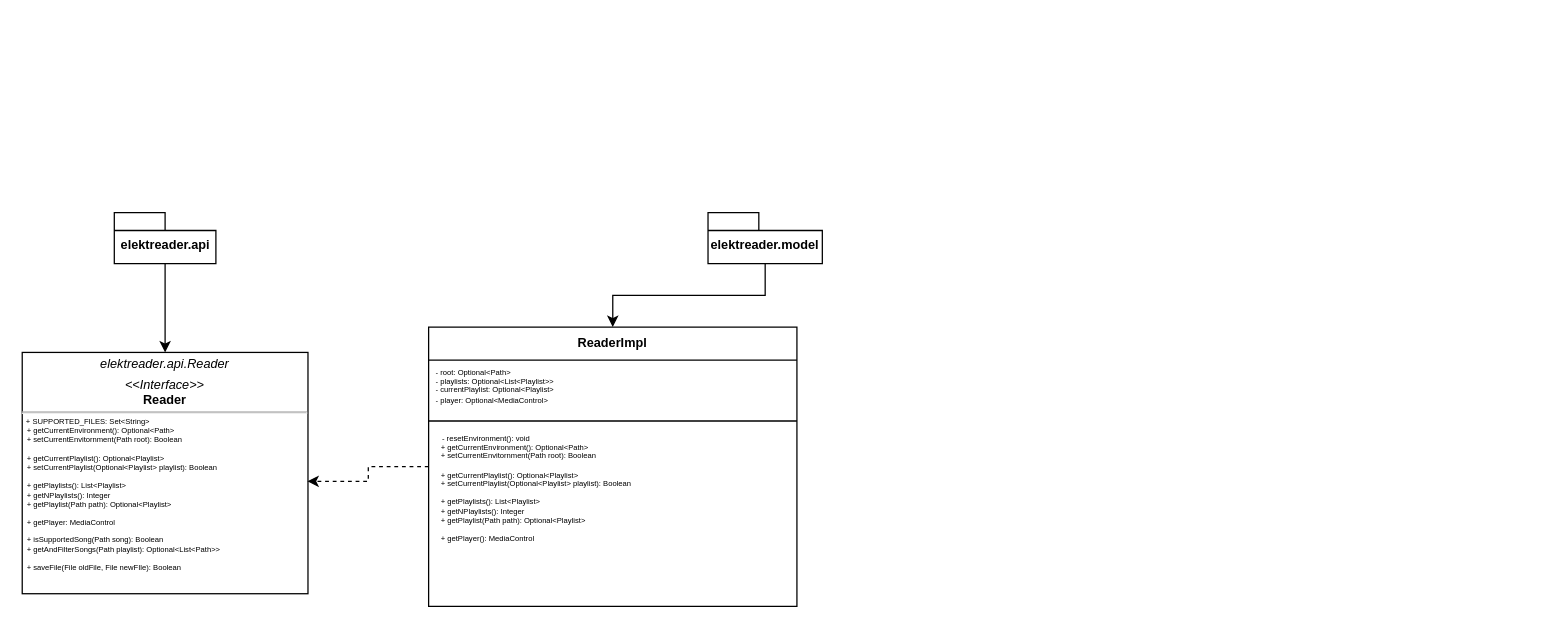
Above: UMLDiagram.drawio in pallax03/OOP23-ElektReader (draw.io), before the change. Source tidied: cells renumbered, new cells numbered last; positions are measured from the earlier drawing's top-left corner, leaving out a move shared by most shapes. Both pictures are drawn from the tidied source at 127%, with x=0, y=0 at pixel (22, 212).
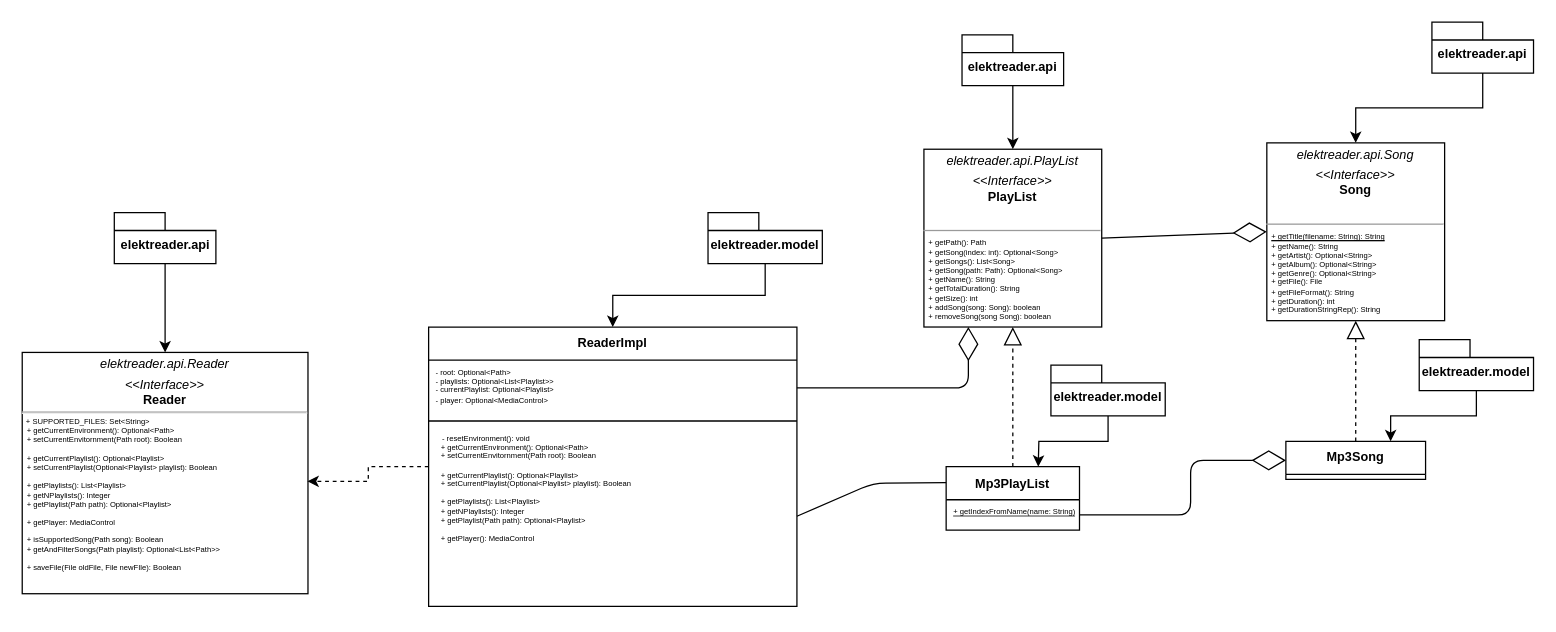
The same page after the edit.

Commit message (it also covers changes not shown here):
fixing filename parsing bug

The change refers to these unchanged cells:
```xml
<mxCell id="8" value="- root: Optional&amp;lt;Path&amp;gt;&lt;br style=&quot;font-size: 6px;&quot;&gt;- playlists: Optional&amp;lt;List&amp;lt;Playlist&amp;gt;&amp;gt;&lt;br style=&quot;font-size: 6px;&quot;&gt;- currentPlaylist: Optional&amp;lt;Playlist&amp;gt;&lt;br style=&quot;font-size: 6px;&quot;&gt;- player: Optional&amp;lt;MediaControl&amp;gt;" style="text;strokeColor=none;fillColor=none;align=left;verticalAlign=top;spacingLeft=4;spacingRight=4;overflow=hidden;points=[[0,0.5],[1,0.5]];portConstraint=eastwest;whiteSpace=wrap;html=1;fontSize=6;" parent="7" vertex="1">
  <mxGeometry y="26" width="290" height="44" as="geometry" />
</mxCell>
<mxCell id="10" value="&amp;nbsp; &amp;nbsp;- resetEnvironment(): void&lt;br style=&quot;font-size: 6px;&quot;&gt;&lt;p style=&quot;border-color: var(--border-color); font-size: 6px; margin: 0px 0px 0px 4px;&quot;&gt;+ getCurrentEnvironment(): Optional&amp;lt;Path&amp;gt;&lt;br style=&quot;border-color: var(--border-color); font-size: 6px;&quot;&gt;&lt;/p&gt;&lt;p style=&quot;border-color: var(--border-color); font-size: 6px; margin: 0px 0px 0px 4px;&quot;&gt;+ setCurrentEnvitornment(Path root): Boolean&lt;/p&gt;&lt;p style=&quot;border-color: var(--border-color); font-size: 6px; margin: 0px 0px 0px 4px;&quot;&gt;&lt;br style=&quot;border-color: var(--border-color); font-size: 6px;&quot;&gt;&lt;/p&gt;&lt;p style=&quot;border-color: var(--border-color); font-size: 6px; margin: 0px 0px 0px 4px;&quot;&gt;+ getCurrentPlaylist(): Optional&amp;lt;Playlist&amp;gt;&lt;span style=&quot;border-color: var(--border-color); background-color: initial; font-size: 6px;&quot;&gt;&lt;br style=&quot;border-color: var(--border-color); font-size: 6px;&quot;&gt;&lt;/span&gt;&lt;/p&gt;&lt;p style=&quot;border-color: var(--border-color); font-size: 6px; margin: 0px 0px 0px 4px;&quot;&gt;&lt;span style=&quot;border-color: var(--border-color); background-color: initial; font-size: 6px;&quot;&gt;+ setCurrentPlaylist(Optional&amp;lt;Playlist&amp;gt; playlist): Boolean&lt;/span&gt;&lt;/p&gt;&lt;p style=&quot;border-color: var(--border-color); font-size: 6px; margin: 0px 0px 0px 4px;&quot;&gt;&lt;br style=&quot;border-color: var(--border-color); font-size: 6px;&quot;&gt;&lt;/p&gt;&lt;p style=&quot;border-color: var(--border-color); font-size: 6px; margin: 0px 0px 0px 4px;&quot;&gt;+ getPlaylists(): List&amp;lt;Playlist&amp;gt;&lt;span style=&quot;border-color: var(--border-color); background-color: initial; font-size: 6px;&quot;&gt;&lt;br style=&quot;border-color: var(--border-color); font-size: 6px;&quot;&gt;&lt;/span&gt;&lt;/p&gt;&lt;p style=&quot;border-color: var(--border-color); font-size: 6px; margin: 0px 0px 0px 4px;&quot;&gt;+ getNPlaylists(): Integer&lt;/p&gt;&lt;p style=&quot;border-color: var(--border-color); font-size: 6px; margin: 0px 0px 0px 4px;&quot;&gt;+ getPlaylist(Path path): Optional&amp;lt;Playlist&amp;gt;&lt;/p&gt;&lt;p style=&quot;border-color: var(--border-color); font-size: 6px; margin: 0px 0px 0px 4px;&quot;&gt;&lt;br style=&quot;border-color: var(--border-color); font-size: 6px;&quot;&gt;&lt;/p&gt;&lt;p style=&quot;border-color: var(--border-color); font-size: 6px; margin: 0px 0px 0px 4px;&quot;&gt;+ getPlayer(): MediaControl&lt;br&gt;&lt;/p&gt;" style="text;strokeColor=none;fillColor=none;align=left;verticalAlign=top;spacingLeft=4;spacingRight=4;overflow=hidden;points=[[0,0.5],[1,0.5]];portConstraint=eastwest;whiteSpace=wrap;html=1;fontSize=6;" parent="7" vertex="1">
  <mxGeometry y="78" width="290" height="142" as="geometry" />
</mxCell>
```

What changed in the source:
```diff
@@
+    <mxCell id="12" value="&lt;p style=&quot;margin: 4px 0px 0px; text-align: center; font-size: 10px;&quot;&gt;&lt;i style=&quot;&quot;&gt;&lt;font style=&quot;font-size: 10px;&quot;&gt;elektreader.api.PlayList&lt;/font&gt;&lt;/i&gt;&lt;/p&gt;&lt;p style=&quot;margin: 4px 0px 0px; text-align: center; font-size: 10px;&quot;&gt;&lt;font style=&quot;font-size: 10px;&quot;&gt;&lt;i style=&quot;&quot;&gt;&amp;lt;&amp;lt;Interface&amp;gt;&amp;gt;&lt;/i&gt;&lt;br&gt;&lt;b style=&quot;&quot;&gt;PlayList&lt;/b&gt;&lt;/font&gt;&lt;/p&gt;&lt;p style=&quot;margin:0px;margin-left:4px;&quot;&gt;&lt;br&gt;&lt;/p&gt;&lt;hr size=&quot;1&quot;&gt;&lt;p style=&quot;margin: 0px 0px 0px 4px; font-size: 6px;&quot;&gt;&lt;font style=&quot;font-size: 6px;&quot;&gt;+ getPath(): Path&lt;/font&gt;&lt;/p&gt;&lt;p style=&quot;margin: 0px 0px 0px 4px; font-size: 6px;&quot;&gt;&lt;font style=&quot;font-size: 6px;&quot;&gt;+ getSong(index: int): Optional&amp;lt;Song&amp;gt;&lt;/font&gt;&lt;/p&gt;&lt;p style=&quot;margin: 0px 0px 0px 4px; font-size: 6px;&quot;&gt;&lt;font style=&quot;font-size: 6px;&quot;&gt;+ getSongs(): List&amp;lt;Song&amp;gt;&lt;/font&gt;&lt;/p&gt;&lt;p style=&quot;margin: 0px 0px 0px 4px; font-size: 6px;&quot;&gt;&lt;font style=&quot;font-size: 6px;&quot;&gt;+ getSong(path: Path): Optional&amp;lt;Song&amp;gt;&lt;/font&gt;&lt;/p&gt;&lt;p style=&quot;margin: 0px 0px 0px 4px; font-size: 6px;&quot;&gt;&lt;font style=&quot;font-size: 6px;&quot;&gt;+ getName(): String&lt;/font&gt;&lt;/p&gt;&lt;p style=&quot;margin: 0px 0px 0px 4px; font-size: 6px;&quot;&gt;&lt;font style=&quot;font-size: 6px;&quot;&gt;+ getTotalDuration(): String&lt;/font&gt;&lt;/p&gt;&lt;p style=&quot;margin: 0px 0px 0px 4px; font-size: 6px;&quot;&gt;&lt;font style=&quot;font-size: 6px;&quot;&gt;+ getSize(): int&lt;/font&gt;&lt;/p&gt;&lt;p style=&quot;margin: 0px 0px 0px 4px; font-size: 6px;&quot;&gt;&lt;font style=&quot;font-size: 6px;&quot;&gt;+ addSong(song: Song): boolean&lt;/font&gt;&lt;/p&gt;&lt;p style=&quot;margin: 0px 0px 0px 4px; font-size: 6px;&quot;&gt;&lt;font style=&quot;font-size: 6px;&quot;&gt;+ removeSong(song Song): boolean&lt;/font&gt;&lt;/p&gt;" style="verticalAlign=top;align=left;overflow=fill;fontSize=12;fontFamily=Helvetica;html=1;" parent="1" vertex="1">
+      <mxGeometry x="710" y="-50" width="140" height="140" as="geometry" />
+    </mxCell>
+    <mxCell id="13" style="edgeStyle=orthogonalEdgeStyle;rounded=0;jettySize=auto;html=1;exitX=0.5;exitY=1;exitDx=0;exitDy=0;exitPerimeter=0;entryX=0.5;entryY=0;entryDx=0;entryDy=0;" parent="1" edge="1" source="14" target="12">
+      <mxGeometry relative="1" as="geometry" />
+    </mxCell>
+    <mxCell id="14" value="elektreader.api" style="shape=folder;fontStyle=1;spacingTop=10;tabWidth=40;tabHeight=14;tabPosition=left;html=1;whiteSpace=wrap;fontSize=10;" parent="1" vertex="1">
+      <mxGeometry x="740" y="-140" width="80" height="40" as="geometry" />
+    </mxCell>
+    <mxCell id="15" style="endArrow=diamondThin;endFill=0;endSize=24;html=1;entryX=0.25;entryY=1;entryDx=0;entryDy=0;exitX=1;exitY=0.5;exitDx=0;exitDy=0;" parent="1" edge="1" source="8" target="12">
+      <mxGeometry relative="1" as="geometry">
+        <Array as="points">
+          <mxPoint x="745" y="138" />
+        </Array>
+      </mxGeometry>
+    </mxCell>
+    <mxCell id="16" style="endArrow=diamondThin;endFill=0;endSize=24;html=1;entryX=0;entryY=0.5;entryDx=0;entryDy=0;exitX=1;exitY=0.5;exitDx=0;exitDy=0;" parent="1" edge="1" source="12" target="17">
+      <mxGeometry relative="1" as="geometry" />
+    </mxCell>
+    <mxCell id="17" value="&lt;p style=&quot;margin: 4px 0px 0px; text-align: center; font-size: 10px;&quot;&gt;&lt;i style=&quot;&quot;&gt;&lt;font style=&quot;font-size: 10px;&quot;&gt;elektreader.api.Song&lt;/font&gt;&lt;/i&gt;&lt;/p&gt;&lt;p style=&quot;margin: 4px 0px 0px; text-align: center; font-size: 10px;&quot;&gt;&lt;font style=&quot;font-size: 10px;&quot;&gt;&lt;i style=&quot;&quot;&gt;&amp;lt;&amp;lt;Interface&amp;gt;&amp;gt;&lt;/i&gt;&lt;br&gt;&lt;b&gt;Song&lt;/b&gt;&lt;/font&gt;&lt;/p&gt;&lt;p style=&quot;margin:0px;margin-left:4px;&quot;&gt;&lt;br&gt;&lt;/p&gt;&lt;hr size=&quot;1&quot;&gt;&lt;p style=&quot;margin: 0px 0px 0px 4px; font-size: 6px;&quot;&gt;&lt;font style=&quot;font-size: 6px;&quot;&gt;&lt;u&gt;+ getTitle(filename: String): String&lt;/u&gt;&lt;/font&gt;&lt;/p&gt;&lt;p style=&quot;margin: 0px 0px 0px 4px; font-size: 6px;&quot;&gt;&lt;font style=&quot;font-size: 6px;&quot;&gt;+ getName(): String&lt;/font&gt;&lt;/p&gt;&lt;p style=&quot;margin: 0px 0px 0px 4px; font-size: 6px;&quot;&gt;&lt;font style=&quot;font-size: 6px;&quot;&gt;+ getArtist(): Optional&amp;lt;String&amp;gt;&lt;/font&gt;&lt;/p&gt;&lt;p style=&quot;margin: 0px 0px 0px 4px; font-size: 6px;&quot;&gt;&lt;font style=&quot;font-size: 6px;&quot;&gt;+ getAlbum(): Optional&amp;lt;String&amp;gt;&lt;/font&gt;&lt;/p&gt;&lt;p style=&quot;margin: 0px 0px 0px 4px; font-size: 6px;&quot;&gt;&lt;font style=&quot;font-size: 6px;&quot;&gt;+ getGenre(): Optional&amp;lt;String&amp;gt;&lt;/font&gt;&lt;/p&gt;&lt;p style=&quot;margin: 0px 0px 0px 4px; font-size: 6px;&quot;&gt;+ getFile(): File&lt;/p&gt;&lt;p style=&quot;margin: 0px 0px 0px 4px; font-size: 6px;&quot;&gt;+ getFileFormat(): String&lt;/p&gt;&lt;p style=&quot;margin: 0px 0px 0px 4px; font-size: 6px;&quot;&gt;+ getDuration(): int&lt;/p&gt;&lt;p style=&quot;margin: 0px 0px 0px 4px; font-size: 6px;&quot;&gt;+ getDurationStringRep(): String&lt;/p&gt;&lt;p style=&quot;margin: 0px 0px 0px 4px; font-size: 6px;&quot;&gt;&lt;br&gt;&lt;/p&gt;" style="verticalAlign=top;align=left;overflow=fill;fontSize=12;fontFamily=Helvetica;html=1;" parent="1" vertex="1">
+      <mxGeometry x="980" y="-55" width="140" height="140" as="geometry" />
+    </mxCell>
+    <mxCell id="18" style="edgeStyle=orthogonalEdgeStyle;rounded=0;jettySize=auto;html=1;exitX=0.5;exitY=1;exitDx=0;exitDy=0;exitPerimeter=0;entryX=0.5;entryY=0;entryDx=0;entryDy=0;" parent="1" edge="1" source="19" target="17">
+      <mxGeometry relative="1" as="geometry" />
+    </mxCell>
+    <mxCell id="19" value="elektreader.api" style="shape=folder;fontStyle=1;spacingTop=10;tabWidth=40;tabHeight=14;tabPosition=left;html=1;whiteSpace=wrap;fontSize=10;" parent="1" vertex="1">
+      <mxGeometry x="1110" y="-150" width="80" height="40" as="geometry" />
+    </mxCell>
+    <mxCell id="20" style="endArrow=block;dashed=1;endFill=0;endSize=12;html=1;fontSize=10;entryX=0.5;entryY=1;entryDx=0;entryDy=0;exitX=0.5;exitY=0;exitDx=0;exitDy=0;" parent="1" edge="1" source="22" target="12">
+      <mxGeometry relative="1" as="geometry" />
+    </mxCell>
+    <mxCell id="21" style="endArrow=block;dashed=1;endFill=0;endSize=12;html=1;fontSize=10;entryX=0.5;entryY=1;entryDx=0;entryDy=0;exitX=0.5;exitY=0;exitDx=0;exitDy=0;" parent="1" edge="1" source="26" target="17">
+      <mxGeometry relative="1" as="geometry" />
+    </mxCell>
+    <mxCell id="22" value="Mp3PlayList" style="swimlane;fontStyle=1;horizontal=1;startSize=26;fillColor=none;fontSize=10;" parent="1" vertex="1">
+      <mxGeometry x="727.5" y="200" width="105" height="50" as="geometry" />
+    </mxCell>
+    <mxCell id="23" value="+ getIndexFromName(name: String) " style="text;strokeColor=none;fillColor=none;align=left;verticalAlign=top;spacingLeft=4;spacingRight=4;overflow=hidden;points=[[0,0.5],[1,0.5]];portConstraint=eastwest;fontSize=6;fontStyle=4;" parent="22" vertex="1">
+      <mxGeometry y="26" width="105" height="24" as="geometry" />
+    </mxCell>
+    <mxCell id="24" style="edgeStyle=orthogonalEdgeStyle;rounded=0;jettySize=auto;html=1;exitX=0.5;exitY=1;exitDx=0;exitDy=0;exitPerimeter=0;entryX=0.5;entryY=0;entryDx=0;entryDy=0;" parent="1" edge="1" source="25">
+      <mxGeometry relative="1" as="geometry">
+        <mxPoint x="800" y="200" as="targetPoint" />
+      </mxGeometry>
+    </mxCell>
+    <mxCell id="25" value="&lt;font style=&quot;font-size: 10px;&quot;&gt;elektreader.model&lt;/font&gt;" style="shape=folder;fontStyle=1;spacingTop=10;tabWidth=40;tabHeight=14;tabPosition=left;html=1;whiteSpace=wrap;fontSize=8;" parent="1" vertex="1">
+      <mxGeometry x="810" y="120" width="90" height="40" as="geometry" />
+    </mxCell>
+    <mxCell id="26" value="Mp3Song" style="swimlane;fontStyle=1;align=center;verticalAlign=top;horizontal=1;startSize=26;fontSize=10;" parent="1" vertex="1">
+      <mxGeometry x="995" y="180" width="110" height="30" as="geometry" />
+    </mxCell>
+    <mxCell id="27" style="edgeStyle=orthogonalEdgeStyle;rounded=0;jettySize=auto;html=1;exitX=0.5;exitY=1;exitDx=0;exitDy=0;exitPerimeter=0;entryX=0.75;entryY=0;entryDx=0;entryDy=0;" parent="1" edge="1" source="28" target="26">
+      <mxGeometry relative="1" as="geometry" />
+    </mxCell>
+    <mxCell id="28" value="&lt;font style=&quot;font-size: 10px;&quot;&gt;elektreader.model&lt;/font&gt;" style="shape=folder;fontStyle=1;spacingTop=10;tabWidth=40;tabHeight=14;tabPosition=left;html=1;whiteSpace=wrap;fontSize=8;" parent="1" vertex="1">
+      <mxGeometry x="1100" y="100" width="90" height="40" as="geometry" />
+    </mxCell>
+    <mxCell id="29" style="endArrow=diamondThin;endFill=0;endSize=24;html=1;fontSize=10;entryX=0;entryY=0.5;entryDx=0;entryDy=0;exitX=1;exitY=0.5;exitDx=0;exitDy=0;" parent="1" edge="1" source="23" target="26">
+      <mxGeometry relative="1" as="geometry">
+        <Array as="points">
+          <mxPoint x="920" y="238" />
+          <mxPoint x="920" y="195" />
+        </Array>
+      </mxGeometry>
+    </mxCell>
+    <mxCell id="30" style="endArrow=none;html=1;fontSize=10;entryX=0;entryY=0.25;entryDx=0;entryDy=0;exitX=1;exitY=0.5;exitDx=0;exitDy=0;" parent="1" edge="1" source="10" target="22">
+      <mxGeometry relative="1" as="geometry">
+        <Array as="points">
+          <mxPoint x="670" y="213" />
+        </Array>
+      </mxGeometry>
+    </mxCell>
```
